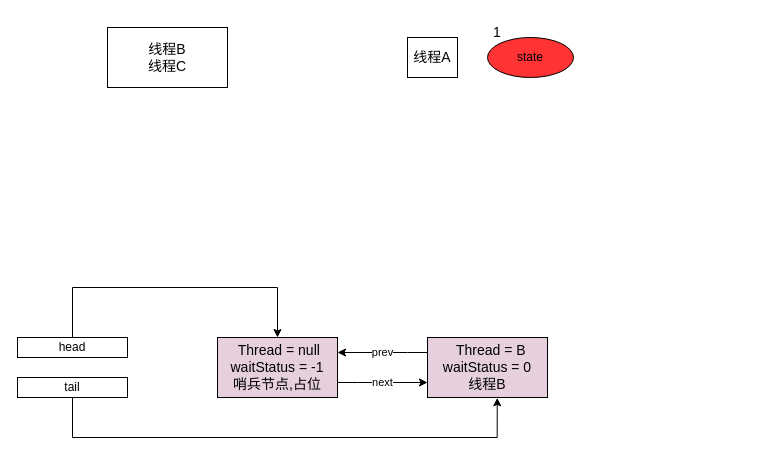
Above: AQS_源码.drawio in IamNotDyz/diagrams_dyz (draw.io), before the change. Source tidied: cells renumbered, new cells numbered last; positions are measured from the earlier drawing's top-left corner, leaving out a move shared by most shapes. Both pictures are drawn from the tidied source at 100%, with x=0, y=0 at pixel (17, 17).
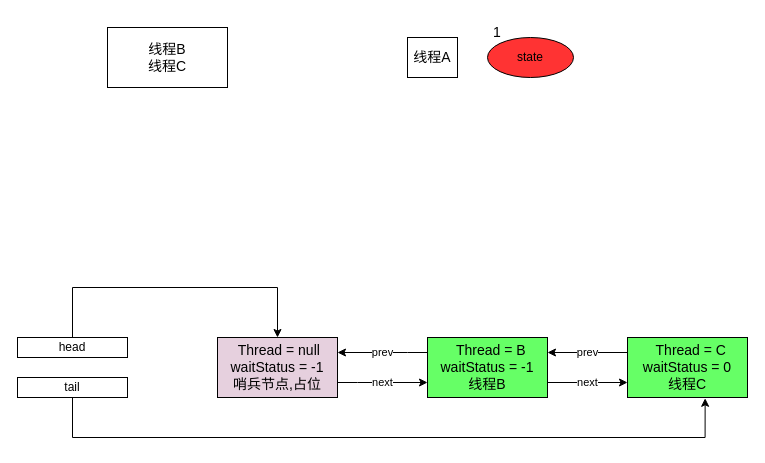
The same diagram, later.

Unchanged cells that the change refers to:
```xml
<mxCell id="11" value="tail" style="rounded=0;whiteSpace=wrap;html=1;" parent="1" vertex="1">
  <mxGeometry y="360" width="110" height="20" as="geometry" />
</mxCell>
```

Diff of the diagram source:
```diff
@@
-    <mxCell id="10" style="edgeStyle=orthogonalEdgeStyle;rounded=0;jettySize=auto;html=1;entryX=0.581;entryY=1.006;entryDx=0;entryDy=0;entryPerimeter=0;" parent="1" edge="1" source="11" target="13">
+    <mxCell id="10" style="edgeStyle=orthogonalEdgeStyle;rounded=0;jettySize=auto;html=1;entryX=0.647;entryY=1.013;entryDx=0;entryDy=0;entryPerimeter=0;" parent="1" edge="1" source="11" target="16">
       <mxGeometry relative="1" as="geometry">
         <Array as="points">
           <mxPoint x="55" y="420" />
-          <mxPoint x="480" y="420" />
+          <mxPoint x="688" y="420" />
         </Array>
       </mxGeometry>
     </mxCell>
@@
+    <mxCell id="14" value="next" style="edgeStyle=orthogonalEdgeStyle;rounded=0;jettySize=auto;html=1;exitX=1;exitY=0.75;exitDx=0;exitDy=0;entryX=0;entryY=0.75;entryDx=0;entryDy=0;" parent="1" edge="1" source="13" target="16">
+      <mxGeometry relative="1" as="geometry" />
+    </mxCell>
-    <mxCell id="13" value="&amp;nbsp; Thread = B&lt;br&gt;waitStatus = 0&lt;br&gt;线程B" style="rounded=0;whiteSpace=wrap;html=1;fontSize=14;fillColor=#E6D0DE;" parent="1" vertex="1">
+    <mxCell id="13" value="&amp;nbsp; Thread = B&lt;br&gt;waitStatus = -1&lt;br&gt;线程B" style="rounded=0;whiteSpace=wrap;html=1;fontSize=14;fillColor=#66FF66;" parent="1" vertex="1">
       <mxGeometry x="410" y="320" width="120" height="60" as="geometry" />
     </mxCell>
+    <mxCell id="15" value="prev" style="edgeStyle=orthogonalEdgeStyle;rounded=0;jettySize=auto;html=1;exitX=0;exitY=0.25;exitDx=0;exitDy=0;entryX=1;entryY=0.25;entryDx=0;entryDy=0;" parent="1" edge="1" source="16" target="13">
+      <mxGeometry relative="1" as="geometry" />
+    </mxCell>
+    <mxCell id="16" value="&amp;nbsp; Thread = C&lt;br&gt;waitStatus = 0&lt;br&gt;线程C" style="rounded=0;whiteSpace=wrap;html=1;fontSize=14;fillColor=#66FF66;" parent="1" vertex="1">
+      <mxGeometry x="610" y="320" width="120" height="60" as="geometry" />
+    </mxCell>
```
